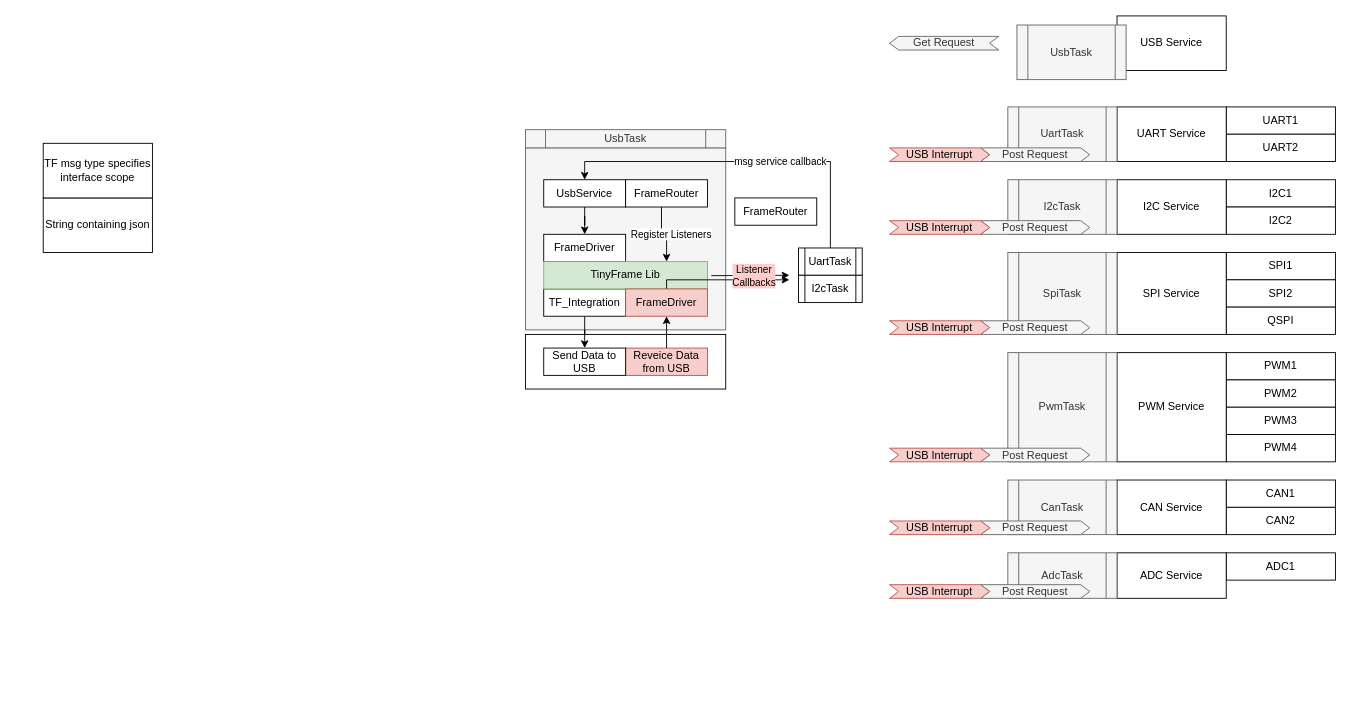
AlmCoding/stm32usb keeps this draw.io diagram as FirmwareArchitecturedrawio.drawio. Above is the earlier version. Source tidied: cells renumbered, new cells numbered last; positions are measured from the earlier drawing's top-left corner, leaving out a move shared by most shapes. Both pictures are drawn from the tidied source at 91%, with x=0, y=0 at pixel (43, 15).
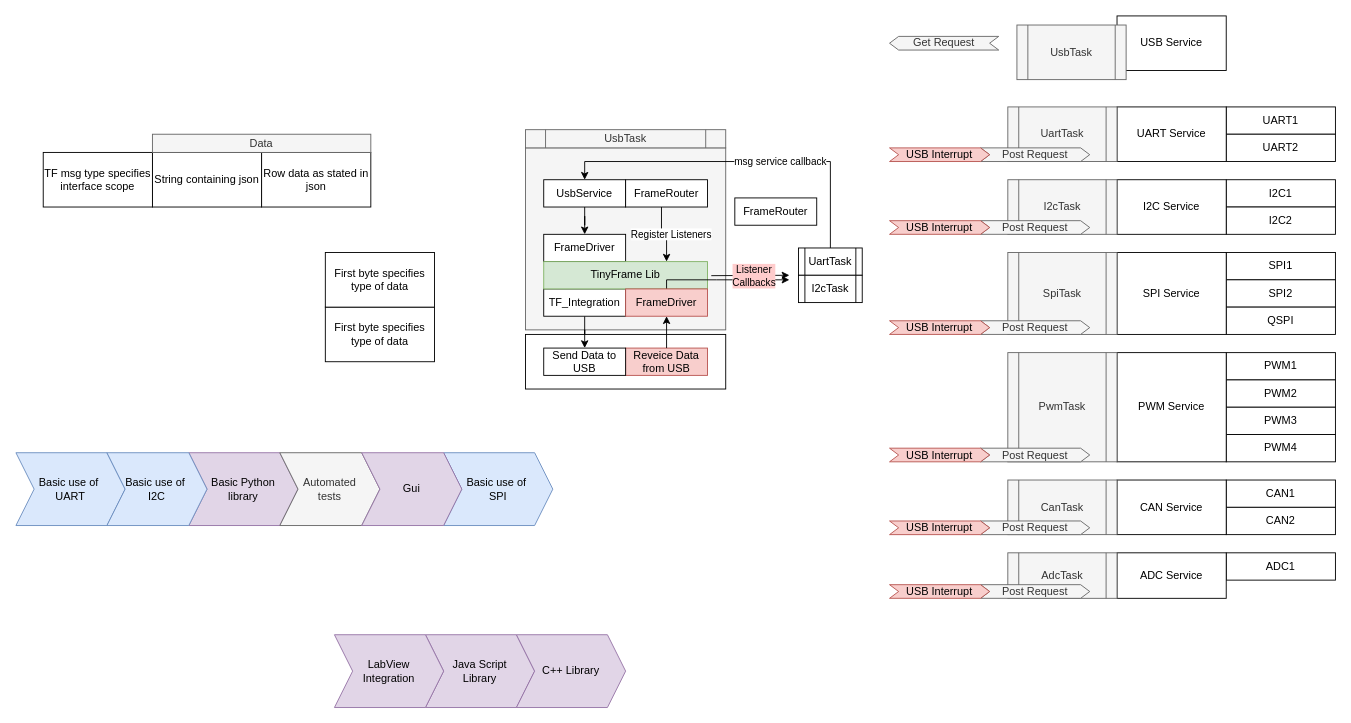
The same page after the edit.

Change to the diagram source:
```diff
@@
     <mxCell id="65" value="String containing json" style="rounded=0;whiteSpace=wrap;html=1;" parent="1" vertex="1">
-      <mxGeometry y="200" width="120" height="60" as="geometry" />
+      <mxGeometry x="120" y="150" width="120" height="60" as="geometry" />
     </mxCell>
     <mxCell id="66" value="TF msg type specifies interface scope" style="rounded=0;whiteSpace=wrap;html=1;" parent="1" vertex="1">
-      <mxGeometry y="140" width="120" height="60" as="geometry" />
+      <mxGeometry y="150" width="120" height="60" as="geometry" />
     </mxCell>
+    <mxCell id="67" value="First byte specifies type of data" style="rounded=0;whiteSpace=wrap;html=1;" parent="1" vertex="1">
+      <mxGeometry x="310" y="320" width="120" height="60" as="geometry" />
+    </mxCell>
+    <mxCell id="68" value="Basic use of&amp;nbsp;&lt;br&gt;UART" style="shape=step;perimeter=stepPerimeter;whiteSpace=wrap;html=1;fixedSize=1;fillColor=#dae8fc;strokeColor=#6c8ebf;" parent="1" vertex="1">
+      <mxGeometry x="-30" y="480" width="120" height="80" as="geometry" />
+    </mxCell>
+    <mxCell id="69" value="Basic Python&lt;br&gt;library" style="shape=step;perimeter=stepPerimeter;whiteSpace=wrap;html=1;fixedSize=1;fillColor=#e1d5e7;strokeColor=#9673a6;" parent="1" vertex="1">
+      <mxGeometry x="160" y="480" width="120" height="80" as="geometry" />
+    </mxCell>
+    <mxCell id="70" value="Java Script&lt;br&gt;Library" style="shape=step;perimeter=stepPerimeter;whiteSpace=wrap;html=1;fixedSize=1;fillColor=#e1d5e7;strokeColor=#9673a6;" parent="1" vertex="1">
+      <mxGeometry x="420" y="680" width="120" height="80" as="geometry" />
+    </mxCell>
+    <mxCell id="71" value="LabView&lt;br&gt;Integration" style="shape=step;perimeter=stepPerimeter;whiteSpace=wrap;html=1;fixedSize=1;fillColor=#e1d5e7;strokeColor=#9673a6;" parent="1" vertex="1">
+      <mxGeometry x="320" y="680" width="120" height="80" as="geometry" />
+    </mxCell>
+    <mxCell id="72" value="C++ Library" style="shape=step;perimeter=stepPerimeter;whiteSpace=wrap;html=1;fixedSize=1;fillColor=#e1d5e7;strokeColor=#9673a6;" parent="1" vertex="1">
+      <mxGeometry x="520" y="680" width="120" height="80" as="geometry" />
+    </mxCell>
+    <mxCell id="73" value="Basic use of&amp;nbsp;&lt;br&gt;SPI" style="shape=step;perimeter=stepPerimeter;whiteSpace=wrap;html=1;fixedSize=1;fillColor=#dae8fc;strokeColor=#6c8ebf;" parent="1" vertex="1">
+      <mxGeometry x="440" y="480" width="120" height="80" as="geometry" />
+    </mxCell>
+    <mxCell id="74" value="Basic use of&amp;nbsp;&lt;br&gt;I2C" style="shape=step;perimeter=stepPerimeter;whiteSpace=wrap;html=1;fixedSize=1;fillColor=#dae8fc;strokeColor=#6c8ebf;" parent="1" vertex="1">
+      <mxGeometry x="70" y="480" width="110" height="80" as="geometry" />
+    </mxCell>
+    <mxCell id="75" value="Automated&lt;br&gt;tests" style="shape=step;perimeter=stepPerimeter;whiteSpace=wrap;html=1;fixedSize=1;fillColor=#f5f5f5;fontColor=#333333;strokeColor=#666666;" parent="1" vertex="1">
+      <mxGeometry x="260" y="480" width="110" height="80" as="geometry" />
+    </mxCell>
+    <mxCell id="76" value="Gui" style="shape=step;perimeter=stepPerimeter;whiteSpace=wrap;html=1;fixedSize=1;fillColor=#e1d5e7;strokeColor=#9673a6;" parent="1" vertex="1">
+      <mxGeometry x="350" y="480" width="110" height="80" as="geometry" />
+    </mxCell>
+    <mxCell id="77" value="First byte specifies type of data" style="rounded=0;whiteSpace=wrap;html=1;" parent="1" vertex="1">
+      <mxGeometry x="310" y="260" width="120" height="60" as="geometry" />
+    </mxCell>
+    <mxCell id="78" value="Row data as stated in json" style="rounded=0;whiteSpace=wrap;html=1;" parent="1" vertex="1">
+      <mxGeometry x="240" y="150" width="120" height="60" as="geometry" />
+    </mxCell>
+    <mxCell id="79" value="Data" style="rounded=0;whiteSpace=wrap;html=1;fillColor=#f5f5f5;fontColor=#333333;strokeColor=#666666;" parent="1" vertex="1">
+      <mxGeometry x="120" y="130" width="240" height="20" as="geometry" />
+    </mxCell>
```
